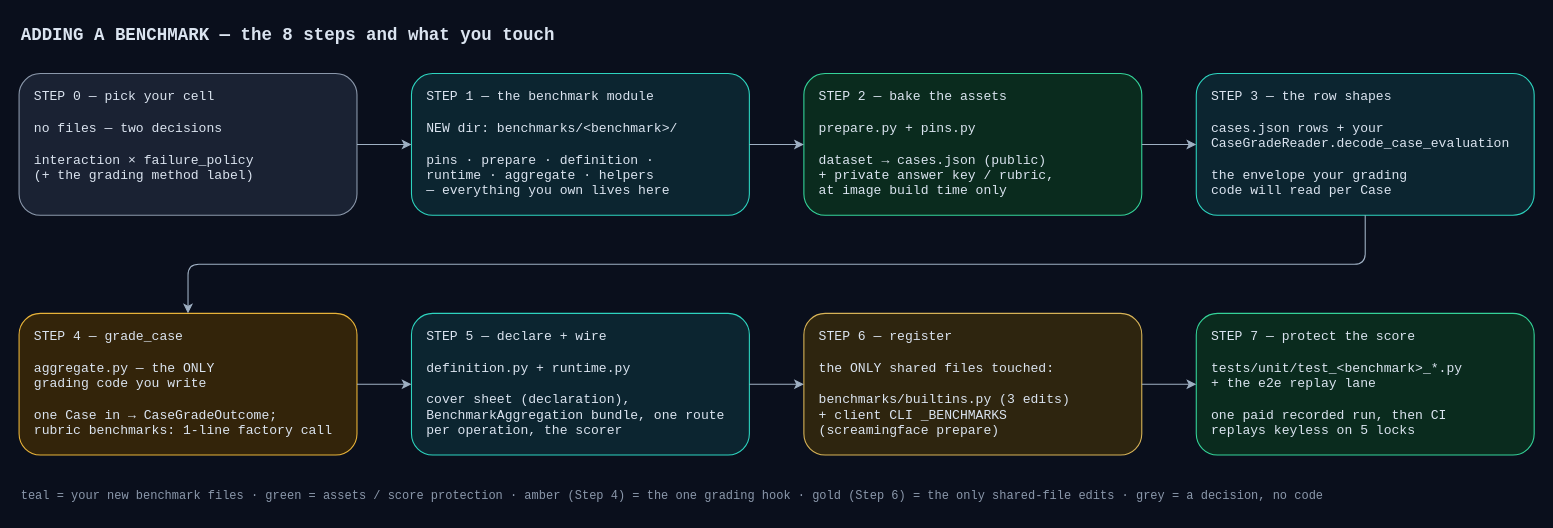
ScreamingFace/screamingface keeps this draw.io diagram as apps/screamingface-engine/docs/diagrams/benchmark-onboarding-steps.drawio. Above is the earlier version. Source tidied: cells renumbered, new cells numbered last; positions are measured from the earlier drawing's top-left corner, leaving out a move shared by most shapes. Both pictures are drawn from the tidied source at 109%, with x=0, y=0 at pixel (19, 19).
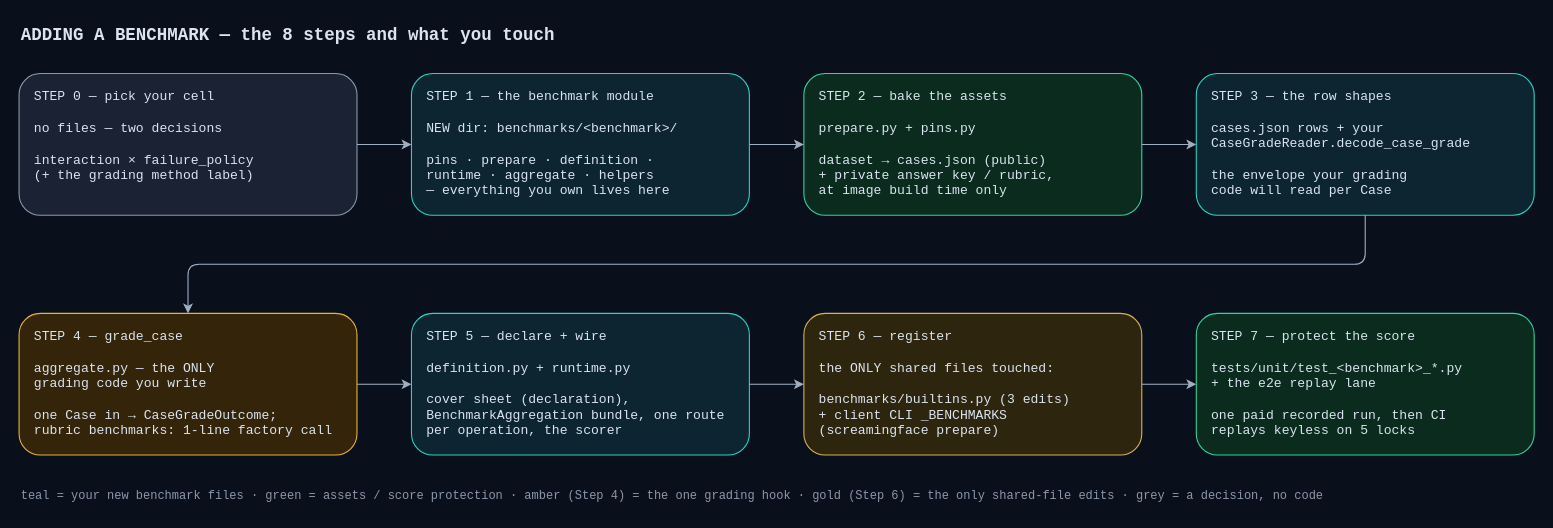
The same page after the edit.

The edit, as a diff of the source:
```diff
@@
-    <mxCell id="6" value="STEP 3 — the row shapes&#10;&#10;cases.json rows + your&#10;CaseGradeReader.decode_case_evaluation&#10;&#10;the envelope your grading&#10;code will read per Case" style="rounded=1;whiteSpace=wrap;html=1;fillColor=#0c2530;strokeColor=#2dd4bf;fontColor=#dbe4f0;fontFamily=Courier New;fontSize=12;align=left;spacingLeft=12;verticalAlign=top;spacingTop=8;" parent="1" vertex="1">
+    <mxCell id="6" value="STEP 3 — the row shapes&#10;&#10;cases.json rows + your&#10;CaseGradeReader.decode_case_grade&#10;&#10;the envelope your grading&#10;code will read per Case" style="rounded=1;whiteSpace=wrap;html=1;fillColor=#0c2530;strokeColor=#2dd4bf;fontColor=#dbe4f0;fontFamily=Courier New;fontSize=12;align=left;spacingLeft=12;verticalAlign=top;spacingTop=8;" parent="1" vertex="1">
       <mxGeometry x="1080" y="50" width="310" height="130" as="geometry" />
     </mxCell>
```
